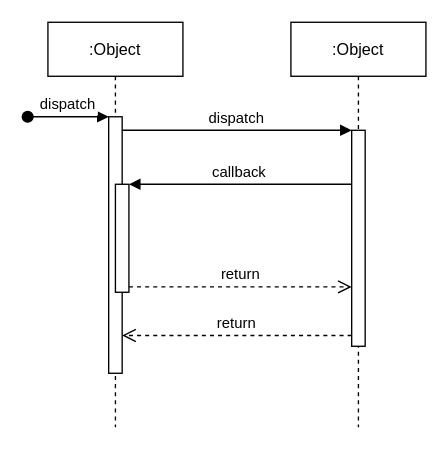
The draw.io diagram EIS Simul.drawio in chillin2/MyDraw.io, before the edit. Source tidied: cells renumbered, new cells numbered last; positions are measured from the earlier drawing's top-left corner, leaving out a move shared by most shapes. Both pictures are drawn from the tidied source at 135%, with x=0, y=0 at pixel (27, 22).
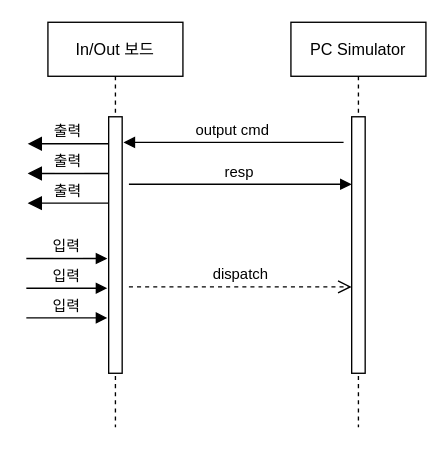
The same diagram, later.

The change refers to these unchanged cells:
```xml
<mxCell id="3" style="points=[];perimeter=orthogonalPerimeter;rounded=0;shadow=0;strokeWidth=1;" parent="2" vertex="1">
  <mxGeometry x="45" y="70" width="10" height="190" as="geometry" />
</mxCell>
```

The edit, as a diff of the source:
```diff
@@
-    <mxCell id="2" value=":Object" style="shape=umlLifeline;perimeter=lifelinePerimeter;rounded=0;shadow=0;strokeWidth=1;" parent="1" vertex="1">
+    <mxCell id="2" value="In/Out 보드" style="shape=umlLifeline;perimeter=lifelinePerimeter;rounded=0;shadow=0;strokeWidth=1;" parent="1" vertex="1">
       <mxGeometry x="15" width="100" height="300" as="geometry" />
     </mxCell>
@@
-    <mxCell id="4" value="dispatch" style="verticalAlign=bottom;startArrow=oval;endArrow=block;startSize=8;shadow=0;strokeWidth=1;" parent="2" edge="1" target="3">
+    <mxCell id="4" value="출력" style="verticalAlign=bottom;startArrow=block;endArrow=none;startSize=8;shadow=0;strokeWidth=1;startFill=1;endFill=0;" parent="2" edge="1">
       <mxGeometry relative="1" as="geometry">
-        <mxPoint x="-15" y="70" as="sourcePoint" />
+        <mxPoint x="-15" y="90" as="sourcePoint" />
+        <mxPoint x="45" y="90" as="targetPoint" />
       </mxGeometry>
     </mxCell>
-    <mxCell id="5" style="points=[];perimeter=orthogonalPerimeter;rounded=0;shadow=0;strokeWidth=1;" parent="2" vertex="1">
-      <mxGeometry x="50" y="120" width="10" height="80" as="geometry" />
-    </mxCell>
-    <mxCell id="6" value=":Object" style="shape=umlLifeline;perimeter=lifelinePerimeter;rounded=0;shadow=0;strokeWidth=1;" parent="1" vertex="1">
+    <mxCell id="6" value="PC Simulator" style="shape=umlLifeline;perimeter=lifelinePerimeter;rounded=0;shadow=0;strokeWidth=1;" parent="1" vertex="1">
       <mxGeometry x="195" width="100" height="300" as="geometry" />
     </mxCell>
     <mxCell id="7" style="points=[];perimeter=orthogonalPerimeter;rounded=0;shadow=0;strokeWidth=1;" parent="6" vertex="1">
-      <mxGeometry x="45" y="80" width="10" height="160" as="geometry" />
+      <mxGeometry x="45" y="70" width="10" height="190" as="geometry" />
     </mxCell>
-    <mxCell id="8" value="return" style="verticalAlign=bottom;endArrow=open;dashed=1;endSize=8;exitX=0;exitY=0.95;shadow=0;strokeWidth=1;" parent="1" edge="1" source="7" target="3">
-      <mxGeometry relative="1" as="geometry" />
-    </mxCell>
-    <mxCell id="9" value="dispatch" style="verticalAlign=bottom;endArrow=block;entryX=0;entryY=0;shadow=0;strokeWidth=1;" parent="1" edge="1" source="3" target="7">
-      <mxGeometry relative="1" as="geometry" />
+    <mxCell id="9" value="output cmd" style="verticalAlign=bottom;endArrow=block;entryX=0;entryY=0;shadow=0;strokeWidth=1;" parent="1" edge="1">
+      <mxGeometry relative="1" as="geometry">
+        <mxPoint x="234" y="89" as="sourcePoint" />
+        <mxPoint x="71" y="89" as="targetPoint" />
+      </mxGeometry>
     </mxCell>
-    <mxCell id="10" value="callback" style="verticalAlign=bottom;endArrow=block;entryX=1;entryY=0;shadow=0;strokeWidth=1;" parent="1" edge="1" source="7" target="5">
-      <mxGeometry relative="1" as="geometry" />
+    <mxCell id="10" value="resp" style="verticalAlign=bottom;endArrow=none;entryX=1;entryY=0;shadow=0;strokeWidth=1;startArrow=block;startFill=1;endFill=0;" parent="1" edge="1" source="7">
+      <mxGeometry relative="1" as="geometry">
+        <mxPoint x="75" y="120" as="targetPoint" />
+      </mxGeometry>
     </mxCell>
-    <mxCell id="11" value="return" style="verticalAlign=bottom;endArrow=open;dashed=1;endSize=8;exitX=1;exitY=0.95;shadow=0;strokeWidth=1;" parent="1" edge="1" source="5" target="7">
-      <mxGeometry relative="1" as="geometry" />
+    <mxCell id="11" value="dispatch" style="verticalAlign=bottom;endArrow=open;dashed=1;endSize=8;exitX=1;exitY=0.95;shadow=0;strokeWidth=1;" parent="1" edge="1" target="7">
+      <mxGeometry relative="1" as="geometry">
+        <mxPoint x="75" y="196" as="sourcePoint" />
+      </mxGeometry>
     </mxCell>
+    <mxCell id="12" value="출력" style="verticalAlign=bottom;startArrow=block;endArrow=none;startSize=8;shadow=0;strokeWidth=1;startFill=1;endFill=0;" parent="1" edge="1">
+      <mxGeometry relative="1" as="geometry">
+        <mxPoint y="112" as="sourcePoint" />
+        <mxPoint x="60" y="112" as="targetPoint" />
+      </mxGeometry>
+    </mxCell>
+    <mxCell id="13" value="출력" style="verticalAlign=bottom;startArrow=block;endArrow=none;startSize=8;shadow=0;strokeWidth=1;startFill=1;endFill=0;" parent="1" edge="1">
+      <mxGeometry relative="1" as="geometry">
+        <mxPoint y="134" as="sourcePoint" />
+        <mxPoint x="60" y="134" as="targetPoint" />
+      </mxGeometry>
+    </mxCell>
+    <mxCell id="14" value="입력" style="verticalAlign=bottom;startArrow=none;endArrow=block;startSize=8;shadow=0;strokeWidth=1;startFill=0;endFill=1;" parent="1" edge="1">
+      <mxGeometry relative="1" as="geometry">
+        <mxPoint x="-1" y="175" as="sourcePoint" />
+        <mxPoint x="59" y="175" as="targetPoint" />
+      </mxGeometry>
+    </mxCell>
+    <mxCell id="15" value="입력" style="verticalAlign=bottom;startArrow=none;endArrow=block;startSize=8;shadow=0;strokeWidth=1;startFill=0;endFill=1;" parent="1" edge="1">
+      <mxGeometry relative="1" as="geometry">
+        <mxPoint x="-1" y="197" as="sourcePoint" />
+        <mxPoint x="59" y="197" as="targetPoint" />
+      </mxGeometry>
+    </mxCell>
+    <mxCell id="16" value="입력" style="verticalAlign=bottom;startArrow=none;endArrow=block;startSize=8;shadow=0;strokeWidth=1;startFill=0;endFill=1;" parent="1" edge="1">
+      <mxGeometry relative="1" as="geometry">
+        <mxPoint x="-1" y="219" as="sourcePoint" />
+        <mxPoint x="59" y="219" as="targetPoint" />
+      </mxGeometry>
+    </mxCell>
```
